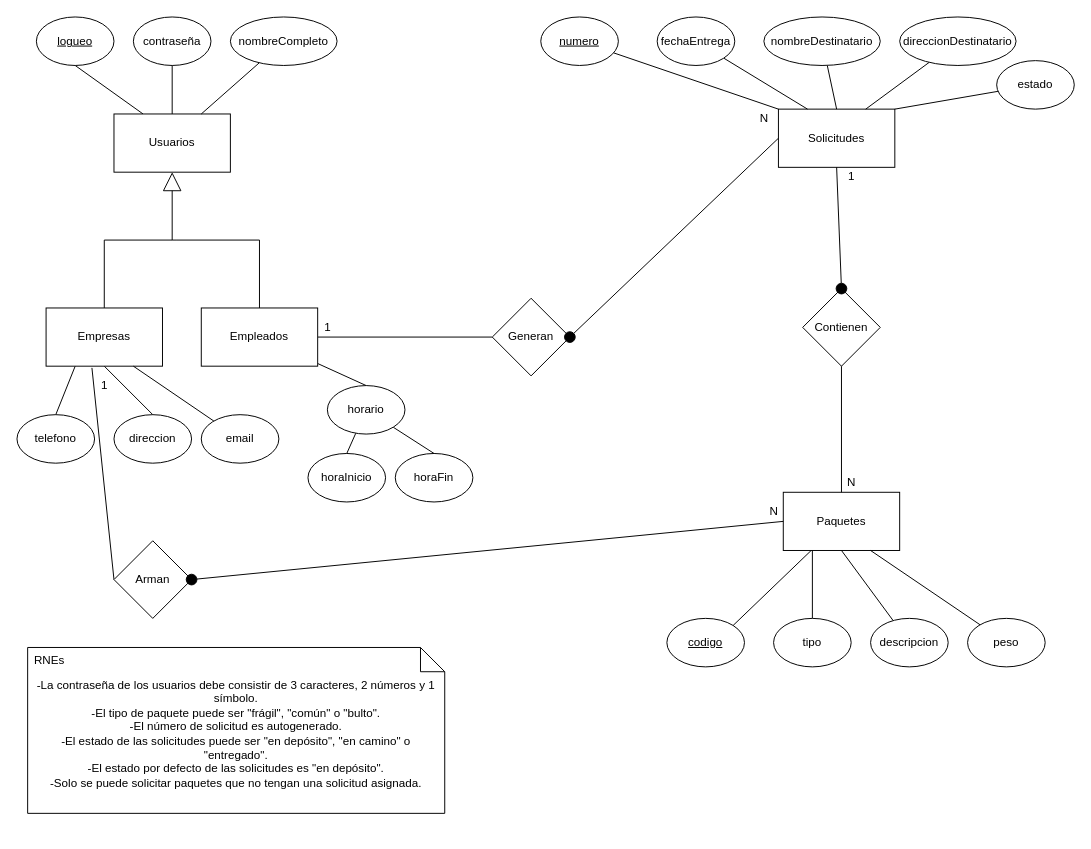
Earlier version of the draw.io diagram Documentacion/MER.drawio (Gerosomma/ProyectoFinal2021). Source tidied: cells renumbered, new cells numbered last; positions are measured from the earlier drawing's top-left corner, leaving out a move shared by most shapes. Both pictures are drawn from the tidied source at 97%, with x=0, y=0 at pixel (16, 16).
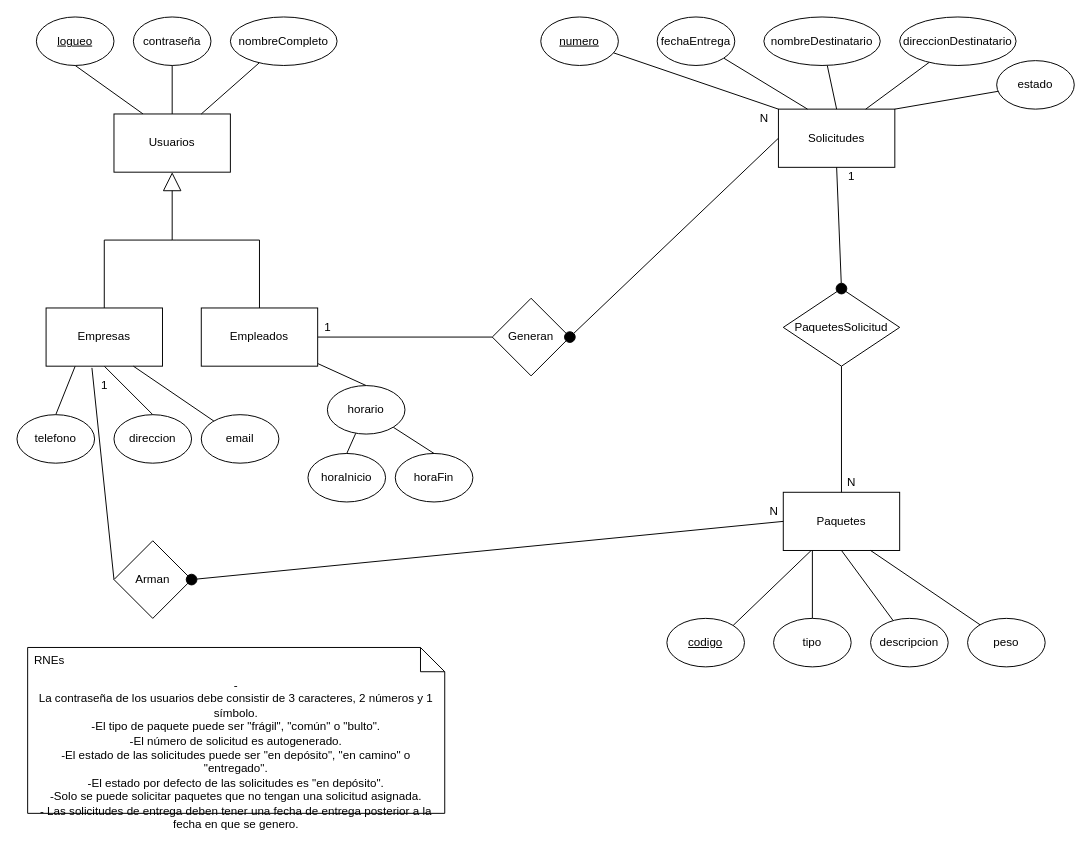
The same diagram, later.

Diff of the diagram source:
```diff
@@
-    <mxCell id="21" value="-La contraseña de los usuarios debe consistir de 3 caracteres, 2 números y 1 símbolo.&lt;br&gt;-El tipo de paquete puede ser &quot;frágil&quot;, &quot;común&quot; o &quot;bulto&quot;.&lt;br&gt;-El número de solicitud es autogenerado.&lt;br&gt;-El estado de las solicitudes puede ser &quot;en depósito&quot;, &quot;en camino&quot; o &quot;entregado&quot;.&lt;br&gt;-El estado por defecto de las solicitudes es &quot;en depósito&quot;.&lt;br&gt;-Solo se puede solicitar paquetes que no tengan una solicitud asignada." style="shape=note2;boundedLbl=1;whiteSpace=wrap;html=1;size=25;verticalAlign=top;align=center;" parent="1" vertex="1">
+    <mxCell id="21" value="-&lt;br&gt;La contraseña de los usuarios debe consistir de 3 caracteres, 2 números y 1 símbolo.&lt;br&gt;-El tipo de paquete puede ser &quot;frágil&quot;, &quot;común&quot; o &quot;bulto&quot;.&lt;br&gt;-El número de solicitud es autogenerado.&lt;br&gt;-El estado de las solicitudes puede ser &quot;en depósito&quot;, &quot;en camino&quot; o &quot;entregado&quot;.&lt;br&gt;-El estado por defecto de las solicitudes es &quot;en depósito&quot;.&lt;br&gt;-Solo se puede solicitar paquetes que no tengan una solicitud asignada.&lt;br&gt;- Las solicitudes de entrega deben tener una fecha de entrega posterior a la fecha en que se genero." style="shape=note2;boundedLbl=1;whiteSpace=wrap;html=1;size=25;verticalAlign=top;align=center;" parent="1" vertex="1">
       <mxGeometry x="11" y="650" width="430" height="171" as="geometry" />
     </mxCell>
@@
-    <mxCell id="47" value="Contienen" style="rhombus;whiteSpace=wrap;html=1;" parent="1" vertex="1">
-      <mxGeometry x="810" y="280" width="80" height="80" as="geometry" />
+    <mxCell id="47" value="PaquetesSolicitud" style="rhombus;whiteSpace=wrap;html=1;" parent="1" vertex="1">
+      <mxGeometry x="790" y="280" width="120" height="80" as="geometry" />
     </mxCell>
```
